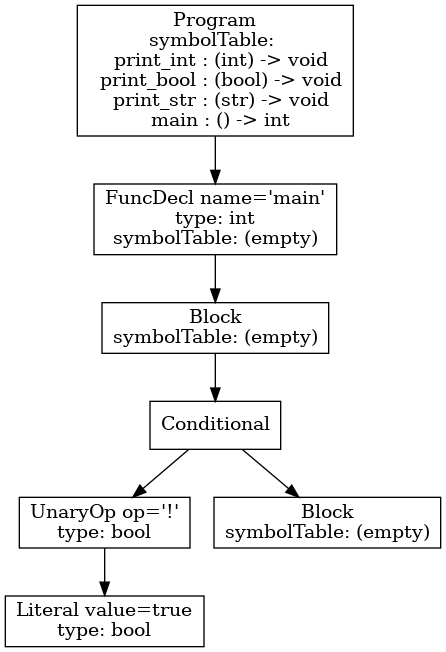
vtstew/p3-analysis keeps this Graphviz diagram as ast.png. Above is the earlier version. Its source is kept beside it as ast.dot.
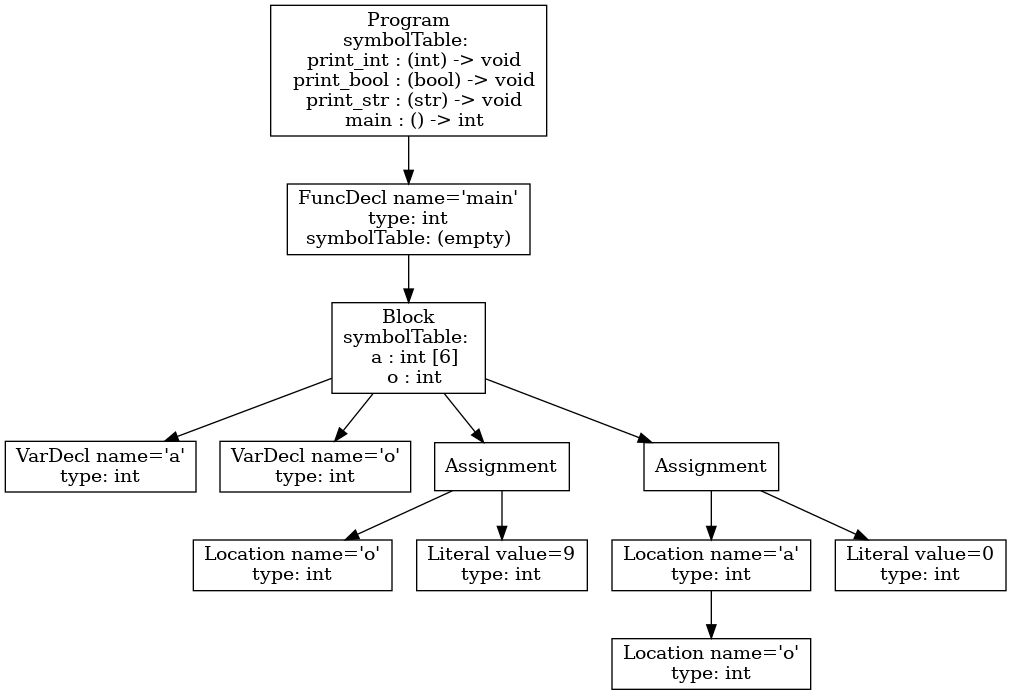
Later version of the same file.

Diff of the diagram source:
```diff
@@ -1,13 +1,23 @@
 digraph AST {
-5 [shape=box, label="Literal value=true\ntype: bool"];
-4 [shape=box, label="UnaryOp op='!'\ntype: bool"];
-4 -> 5;
-6 [shape=box, label="Block\nsymbolTable: (empty)"];
-3 [shape=box, label="Conditional"];
-3 -> 4;
-3 -> 6;
-2 [shape=box, label="Block\nsymbolTable: (empty)"];
+3 [shape=box, label="VarDecl name='a'\ntype: int"];
+4 [shape=box, label="VarDecl name='o'\ntype: int"];
+6 [shape=box, label="Location name='o'\ntype: int"];
+7 [shape=box, label="Literal value=9\ntype: int"];
+5 [shape=box, label="Assignment"];
+5 -> 6;
+5 -> 7;
+10 [shape=box, label="Location name='o'\ntype: int"];
+9 [shape=box, label="Location name='a'\ntype: int"];
+9 -> 10;
+11 [shape=box, label="Literal value=0\ntype: int"];
+8 [shape=box, label="Assignment"];
+8 -> 9;
+8 -> 11;
+2 [shape=box, label="Block\nsymbolTable: \n  a : int [6]\n  o : int"];
 2 -> 3;
+2 -> 4;
+2 -> 5;
+2 -> 8;
 1 [shape=box, label="FuncDecl name='main'\ntype: int\nsymbolTable: (empty)"];
 1 -> 2;
 0 [shape=box, label="Program\nsymbolTable: \n  print_int : (int) -> void\n  print_bool : (bool) -> void\n  print_str : (str) -> void\n  main : () -> int"];
```
